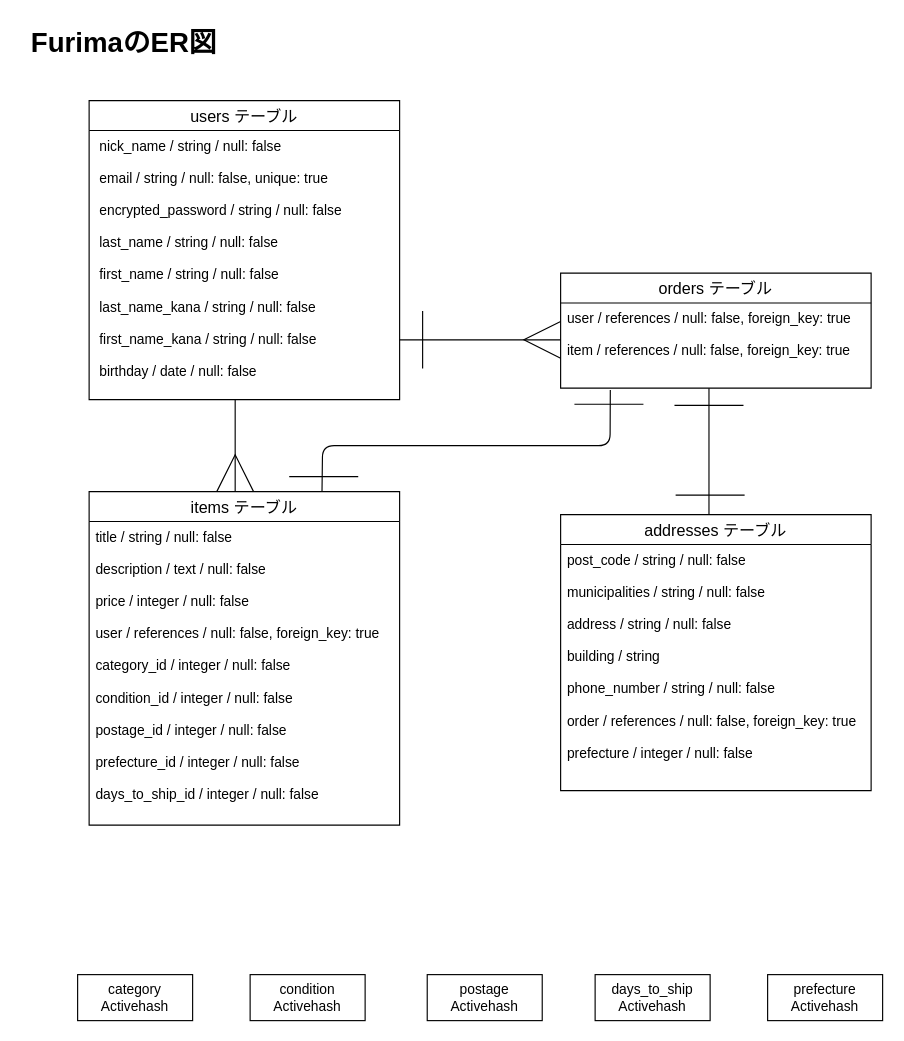
This is furima.dio from tunnelkowai/furima-38272, a draw.io file, before an edit. Source tidied: cells renumbered, new cells numbered last; positions are measured from the earlier drawing's top-left corner, leaving out a move shared by most shapes. Both pictures are drawn from the tidied source at 115%, with x=0, y=0 at pixel (20, 20).
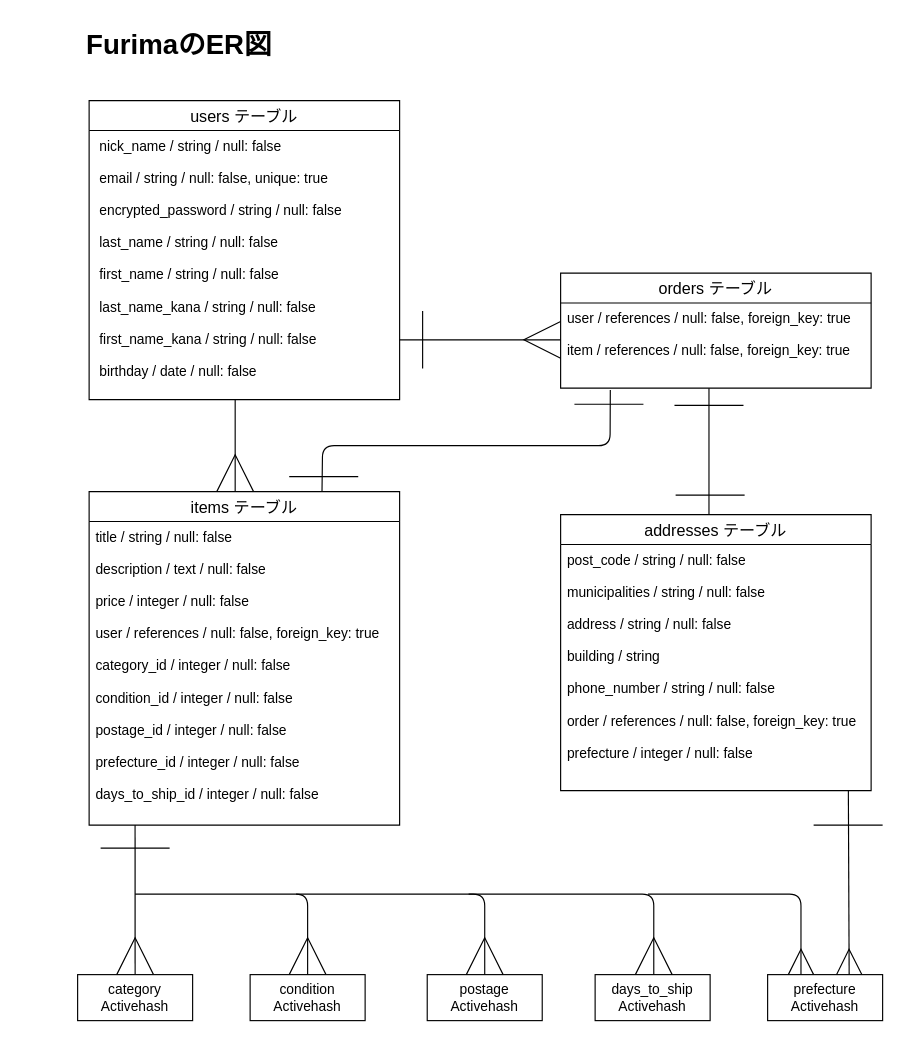
Above is the later version.

Commit message (it also covers changes not shown here):
itemsテーブルのアソシエーション修正

The change refers to these unchanged cells:
```xml
<mxCell id="7" value="title / string / null: false &#10;&#10;description / text / null: false&#10;&#10;price / integer / null: false&#10;&#10;user / references / null: false, foreign_key: true&#10;&#10;category_id / integer / null: false&#10;&#10;condition_id / integer / null: false &#10;&#10;postage_id / integer / null: false&#10;&#10;prefecture_id / integer / null: false&#10;&#10;days_to_ship_id / integer / null: false&#10;" style="text;strokeColor=none;fillColor=none;spacingLeft=4;spacingRight=4;overflow=hidden;points=[[0,0.5],[1,0.5]];portConstraint=eastwest;fontSize=12;" parent="6" vertex="1">
  <mxGeometry y="26" width="270" height="264" as="geometry" />
</mxCell>
<mxCell id="21" value="category&lt;br&gt;Activehash" style="whiteSpace=wrap;html=1;align=center;" parent="1" vertex="1">
  <mxGeometry x="50" y="830" width="100" height="40" as="geometry" />
</mxCell>
<mxCell id="22" value="condition&lt;br&gt;Activehash" style="whiteSpace=wrap;html=1;align=center;" parent="1" vertex="1">
  <mxGeometry x="200" y="830" width="100" height="40" as="geometry" />
</mxCell>
```

The edit, as a diff of the source:
```diff
@@
     <mxCell id="10" value="FurimaのER図" style="text;strokeColor=none;fillColor=none;html=1;fontSize=24;fontStyle=1;verticalAlign=middle;align=center;" parent="1" vertex="1">
-      <mxGeometry width="180" height="40" as="geometry" />
+      <mxGeometry x="48" y="2" width="180" height="40" as="geometry" />
     </mxCell>
@@
+    <mxCell id="25" style="edgeStyle=none;html=1;entryX=0.849;entryY=0.997;entryDx=0;entryDy=0;entryPerimeter=0;startArrow=ERmany;startFill=0;endArrow=none;endFill=0;startSize=20;endSize=30;strokeColor=default;" parent="1" edge="1">
+      <mxGeometry relative="1" as="geometry">
+        <mxPoint x="720.9" y="830" as="sourcePoint" />
+        <mxPoint x="720.2" y="669.4" as="targetPoint" />
+      </mxGeometry>
+    </mxCell>
@@
+    <mxCell id="26" style="edgeStyle=none;html=1;exitX=0.5;exitY=0;exitDx=0;exitDy=0;entryX=0.148;entryY=1;entryDx=0;entryDy=0;entryPerimeter=0;endArrow=none;endFill=0;endSize=30;strokeColor=default;startArrow=ERmany;startFill=0;startSize=30;" parent="1" edge="1" source="21" target="7">
+      <mxGeometry relative="1" as="geometry" />
+    </mxCell>
@@
+    <mxCell id="27" style="edgeStyle=none;html=1;startArrow=ERmany;startFill=0;endArrow=none;endFill=0;startSize=30;endSize=30;strokeColor=default;" parent="1" edge="1" source="22">
+      <mxGeometry relative="1" as="geometry">
+        <mxPoint x="100" y="760" as="targetPoint" />
+        <Array as="points">
+          <mxPoint x="250" y="760" />
+        </Array>
+      </mxGeometry>
+    </mxCell>
@@
+    <mxCell id="28" style="edgeStyle=none;html=1;startArrow=ERmany;startFill=0;endArrow=none;endFill=0;startSize=30;endSize=30;strokeColor=default;" parent="1" edge="1">
+      <mxGeometry relative="1" as="geometry">
+        <mxPoint x="404" y="830" as="sourcePoint" />
+        <mxPoint x="240" y="760" as="targetPoint" />
+        <Array as="points">
+          <mxPoint x="404" y="760" />
+        </Array>
+      </mxGeometry>
+    </mxCell>
+    <mxCell id="29" style="edgeStyle=none;html=1;startArrow=ERmany;startFill=0;endArrow=none;endFill=0;startSize=30;endSize=30;strokeColor=default;" parent="1" edge="1">
+      <mxGeometry relative="1" as="geometry">
+        <mxPoint x="551" y="830" as="sourcePoint" />
+        <mxPoint x="390" y="760" as="targetPoint" />
+        <Array as="points">
+          <mxPoint x="551" y="760" />
+        </Array>
+      </mxGeometry>
+    </mxCell>
+    <mxCell id="30" style="edgeStyle=none;html=1;startArrow=ERmany;startFill=0;endArrow=none;endFill=0;startSize=20;endSize=30;strokeColor=default;" parent="1" edge="1">
+      <mxGeometry relative="1" as="geometry">
+        <mxPoint x="679" y="830" as="sourcePoint" />
+        <mxPoint x="546" y="760" as="targetPoint" />
+        <Array as="points">
+          <mxPoint x="679" y="760" />
+        </Array>
+      </mxGeometry>
+    </mxCell>
+    <mxCell id="31" style="endArrow=none;html=1;endSize=30;strokeColor=default;" parent="1" edge="1">
+      <mxGeometry relative="1" as="geometry">
+        <mxPoint x="70" y="720" as="sourcePoint" />
+        <mxPoint x="130" y="720" as="targetPoint" />
+      </mxGeometry>
+    </mxCell>
+    <mxCell id="32" style="endArrow=none;html=1;endSize=30;strokeColor=default;" parent="1" edge="1">
+      <mxGeometry relative="1" as="geometry">
+        <mxPoint x="690" y="700" as="sourcePoint" />
+        <mxPoint x="750" y="700" as="targetPoint" />
+      </mxGeometry>
+    </mxCell>
```
